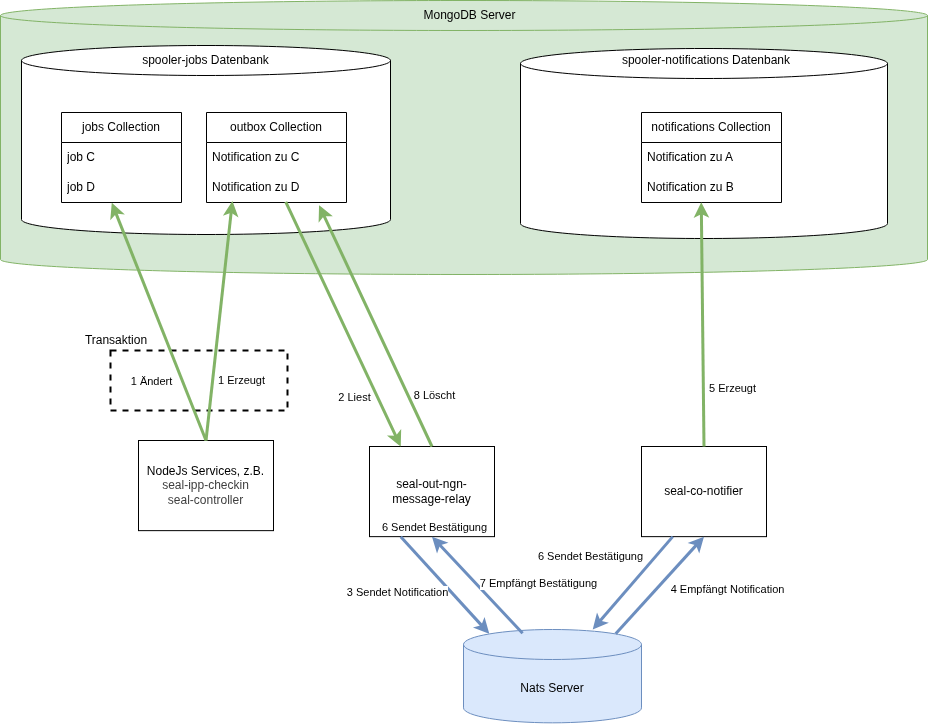
This is pictures/notifications.png from seal-mt/mongo-training, a draw.io export, as it was before one commit. Source tidied: cells renumbered, new cells last; positions are measured from the earlier drawing's top-left corner, leaving out a move shared by most shapes. Source of this version:
```xml
<mxGraphModel>
  <root>
    <mxCell id="0" />
    <mxCell id="1" parent="0" />
    <mxCell id="2" style="rounded=0;whiteSpace=wrap;html=1;fillStyle=auto;fillColor=none;strokeColor=default;dashed=1;strokeWidth=2;" parent="1" vertex="1">
      <mxGeometry x="110" y="350" width="177" height="60" as="geometry" />
    </mxCell>
    <mxCell id="3" value="&lt;div style=&quot;&quot;&gt;&lt;br&gt;&lt;/div&gt;" style="shape=cylinder3;whiteSpace=wrap;html=1;boundedLbl=1;backgroundOutline=1;size=15;align=center;fillColor=#d5e8d4;strokeColor=#82b366;" parent="1" vertex="1">
      <mxGeometry width="927" height="274" as="geometry" />
    </mxCell>
    <mxCell id="4" value="NodeJs Services&lt;span style=&quot;color: rgb(0, 0, 0);&quot;&gt;, z.B.&lt;/span&gt;&lt;div style=&quot;color: rgb(63, 63, 63); scrollbar-color: rgb(226, 226, 226) rgb(251, 251, 251);&quot;&gt;seal-ipp-checkin&lt;/div&gt;&lt;div style=&quot;color: rgb(63, 63, 63); scrollbar-color: rgb(226, 226, 226) rgb(251, 251, 251);&quot;&gt;&lt;span style=&quot;background-color: transparent; color: rgb(63, 63, 63);&quot;&gt;seal-controller&lt;/span&gt;&lt;/div&gt;" style="rounded=0;whiteSpace=wrap;html=1;" parent="1" vertex="1">
      <mxGeometry x="138" y="440" width="135" height="90.1" as="geometry" />
    </mxCell>
    <mxCell id="5" value="Nats Server" style="shape=cylinder3;whiteSpace=wrap;html=1;boundedLbl=1;backgroundOutline=1;size=15;fillColor=#dae8fc;strokeColor=#6c8ebf;" parent="1" vertex="1">
      <mxGeometry x="463" y="629" width="178" height="93.3" as="geometry" />
    </mxCell>
    <mxCell id="6" style="shape=cylinder3;whiteSpace=wrap;html=1;boundedLbl=1;backgroundOutline=1;size=15;" parent="1" vertex="1">
      <mxGeometry x="21" y="45" width="369" height="189" as="geometry" />
    </mxCell>
    <mxCell id="7" value="MongoDB Server" style="text;strokeColor=none;align=center;fillColor=none;html=1;verticalAlign=middle;whiteSpace=wrap;rounded=0;" parent="1" vertex="1">
      <mxGeometry x="405" width="129" height="30" as="geometry" />
    </mxCell>
    <mxCell id="8" value="spooler-jobs Datenbank" style="text;strokeColor=none;align=center;fillColor=none;html=1;verticalAlign=middle;whiteSpace=wrap;rounded=0;" parent="1" vertex="1">
      <mxGeometry x="125" y="45" width="161" height="30" as="geometry" />
    </mxCell>
    <mxCell id="9" style="shape=cylinder3;whiteSpace=wrap;html=1;boundedLbl=1;backgroundOutline=1;size=15;" parent="1" vertex="1">
      <mxGeometry x="520" y="48" width="367" height="190" as="geometry" />
    </mxCell>
    <mxCell id="10" value="spooler-notifications Datenbank" style="text;strokeColor=none;align=center;fillColor=none;html=1;verticalAlign=middle;whiteSpace=wrap;rounded=0;" parent="1" vertex="1">
      <mxGeometry x="618" y="45" width="175.5" height="30" as="geometry" />
    </mxCell>
    <mxCell id="11" value="notifications Collection" style="swimlane;fontStyle=0;horizontal=1;startSize=30;whiteSpace=wrap;html=1;" parent="1" vertex="1">
      <mxGeometry x="641" y="112" width="140" height="90" as="geometry" />
    </mxCell>
    <mxCell id="12" value="Notification zu A" style="text;strokeColor=none;fillColor=none;align=left;verticalAlign=middle;spacingLeft=4;spacingRight=4;overflow=hidden;whiteSpace=wrap;html=1;" parent="11" vertex="1">
      <mxGeometry y="30" width="140" height="30" as="geometry" />
    </mxCell>
    <mxCell id="13" value="&lt;span style=&quot;color: rgb(0, 0, 0);&quot;&gt;Notification zu B&lt;/span&gt;" style="text;strokeColor=none;fillColor=none;align=left;verticalAlign=middle;spacingLeft=4;spacingRight=4;overflow=hidden;points=[[0,0.5],[1,0.5]];portConstraint=eastwest;whiteSpace=wrap;html=1;" parent="11" vertex="1">
      <mxGeometry y="60" width="140" height="30" as="geometry" />
    </mxCell>
    <mxCell id="14" value="outbox Collection" style="swimlane;fontStyle=0;horizontal=1;startSize=30;whiteSpace=wrap;html=1;" parent="1" vertex="1">
      <mxGeometry x="206" y="112" width="140" height="90" as="geometry" />
    </mxCell>
    <mxCell id="15" value="Notification zu C" style="text;strokeColor=none;fillColor=none;align=left;verticalAlign=middle;spacingLeft=4;spacingRight=4;overflow=hidden;whiteSpace=wrap;html=1;" parent="14" vertex="1">
      <mxGeometry y="30" width="140" height="30" as="geometry" />
    </mxCell>
    <mxCell id="16" value="&lt;span style=&quot;color: rgb(0, 0, 0);&quot;&gt;Notification zu D&lt;/span&gt;" style="text;strokeColor=none;fillColor=none;align=left;verticalAlign=middle;spacingLeft=4;spacingRight=4;overflow=hidden;points=[[0,0.5],[1,0.5]];portConstraint=eastwest;whiteSpace=wrap;html=1;" parent="14" vertex="1">
      <mxGeometry y="60" width="140" height="30" as="geometry" />
    </mxCell>
    <mxCell id="17" value="seal-out-ngn-message-relay" style="rounded=0;whiteSpace=wrap;html=1;" parent="1" vertex="1">
      <mxGeometry x="369" y="446" width="125" height="90.1" as="geometry" />
    </mxCell>
    <mxCell id="18" value="seal-co-notifier" style="rounded=0;whiteSpace=wrap;html=1;" parent="1" vertex="1">
      <mxGeometry x="641" y="446" width="125" height="90.1" as="geometry" />
    </mxCell>
    <mxCell id="19" style="endArrow=classic;html=1;exitX=0.566;exitY=0.98;exitDx=0;exitDy=0;strokeWidth=3;fillColor=#d5e8d4;strokeColor=#82b366;exitPerimeter=0;entryX=0.25;entryY=0;entryDx=0;entryDy=0;" parent="1" edge="1" source="16" target="17">
      <mxGeometry relative="1" as="geometry" />
    </mxCell>
    <mxCell id="20" value="2 Liest" style="edgeLabel;html=1;align=center;verticalAlign=middle;" parent="19" vertex="1">
      <mxGeometry x="0.52" relative="1" as="geometry">
        <mxPoint x="-19" y="10" as="offset" />
      </mxGeometry>
    </mxCell>
    <mxCell id="21" style="endArrow=classic;html=1;exitX=0.25;exitY=1;exitDx=0;exitDy=0;strokeWidth=3;fillColor=#dae8fc;strokeColor=#6c8ebf;entryX=0.145;entryY=0;entryDx=0;entryDy=4.35;entryPerimeter=0;" parent="1" edge="1" source="17" target="5">
      <mxGeometry relative="1" as="geometry" />
    </mxCell>
    <mxCell id="22" value="3 Sendet Notification" style="edgeLabel;html=1;align=center;verticalAlign=middle;" parent="21" vertex="1">
      <mxGeometry x="0.32" y="-1" relative="1" as="geometry">
        <mxPoint x="-62" y="-10" as="offset" />
      </mxGeometry>
    </mxCell>
    <mxCell id="23" style="endArrow=classic;html=1;exitX=0.5;exitY=0;exitDx=0;exitDy=0;strokeWidth=3;fillColor=#d5e8d4;strokeColor=#82b366;entryX=0.185;entryY=0.952;entryDx=0;entryDy=0;entryPerimeter=0;" parent="1" edge="1" source="4" target="16">
      <mxGeometry relative="1" as="geometry" />
    </mxCell>
    <mxCell id="24" value="1 Erzeugt" style="edgeLabel;html=1;align=center;verticalAlign=middle;" parent="23" vertex="1">
      <mxGeometry x="-0.47" y="1" relative="1" as="geometry">
        <mxPoint x="29" y="3" as="offset" />
      </mxGeometry>
    </mxCell>
    <mxCell id="25" value="jobs Collection" style="swimlane;fontStyle=0;horizontal=1;startSize=30;whiteSpace=wrap;html=1;" parent="1" vertex="1">
      <mxGeometry x="61" y="112" width="120" height="90" as="geometry" />
    </mxCell>
    <mxCell id="26" value="job C" style="text;strokeColor=none;fillColor=none;align=left;verticalAlign=middle;spacingLeft=4;spacingRight=4;overflow=hidden;whiteSpace=wrap;html=1;" parent="25" vertex="1">
      <mxGeometry y="30" width="120" height="30" as="geometry" />
    </mxCell>
    <mxCell id="27" value="&lt;span style=&quot;color: rgb(0, 0, 0);&quot;&gt;job D&lt;/span&gt;" style="text;strokeColor=none;fillColor=none;align=left;verticalAlign=middle;spacingLeft=4;spacingRight=4;overflow=hidden;points=[[0,0.5],[1,0.5]];portConstraint=eastwest;whiteSpace=wrap;html=1;" parent="25" vertex="1">
      <mxGeometry y="60" width="120" height="30" as="geometry" />
    </mxCell>
    <mxCell id="28" style="endArrow=classic;html=1;exitX=0.5;exitY=0;exitDx=0;exitDy=0;strokeWidth=3;fillColor=#d5e8d4;strokeColor=#82b366;entryX=0.419;entryY=1.008;entryDx=0;entryDy=0;entryPerimeter=0;" parent="1" edge="1" source="4" target="27">
      <mxGeometry relative="1" as="geometry" />
    </mxCell>
    <mxCell id="29" value="1 Ändert" style="edgeLabel;html=1;align=center;verticalAlign=middle;" parent="28" vertex="1">
      <mxGeometry x="-0.47" y="1" relative="1" as="geometry">
        <mxPoint x="-29" y="3" as="offset" />
      </mxGeometry>
    </mxCell>
    <mxCell id="30" style="endArrow=classic;html=1;exitX=0.855;exitY=0;exitDx=0;exitDy=4.35;strokeWidth=3;fillColor=#dae8fc;strokeColor=#6c8ebf;entryX=0.5;entryY=1;entryDx=0;entryDy=0;exitPerimeter=0;" parent="1" edge="1" source="5" target="18">
      <mxGeometry relative="1" as="geometry" />
    </mxCell>
    <mxCell id="31" value="4 Empfängt Notification" style="edgeLabel;html=1;align=center;verticalAlign=middle;" parent="30" vertex="1">
      <mxGeometry x="0.32" y="-1" relative="1" as="geometry">
        <mxPoint x="52" y="19" as="offset" />
      </mxGeometry>
    </mxCell>
    <mxCell id="32" style="endArrow=classic;html=1;exitX=0.5;exitY=0;exitDx=0;exitDy=0;strokeWidth=3;fillColor=#d5e8d4;strokeColor=#82b366;entryX=0.427;entryY=0.992;entryDx=0;entryDy=0;entryPerimeter=0;" parent="1" edge="1" source="18" target="13">
      <mxGeometry relative="1" as="geometry" />
    </mxCell>
    <mxCell id="33" value="5 Erzeugt" style="edgeLabel;html=1;align=center;verticalAlign=middle;" parent="32" vertex="1">
      <mxGeometry x="-0.47" y="1" relative="1" as="geometry">
        <mxPoint x="30" y="6" as="offset" />
      </mxGeometry>
    </mxCell>
    <mxCell id="34" style="endArrow=classic;html=1;exitX=0.25;exitY=1;exitDx=0;exitDy=0;strokeWidth=3;fillColor=#dae8fc;strokeColor=#6c8ebf;" parent="1" edge="1" source="18" target="5">
      <mxGeometry relative="1" as="geometry" />
    </mxCell>
    <mxCell id="35" value="6 Sendet Bestätigung" style="edgeLabel;html=1;align=center;verticalAlign=middle;" parent="34" vertex="1">
      <mxGeometry x="0.32" y="-1" relative="1" as="geometry">
        <mxPoint x="-29" y="-41" as="offset" />
      </mxGeometry>
    </mxCell>
    <mxCell id="36" style="endArrow=classic;html=1;exitX=0.332;exitY=0.04;exitDx=0;exitDy=0;strokeWidth=3;fillColor=#dae8fc;strokeColor=#6c8ebf;exitPerimeter=0;entryX=0.5;entryY=1;entryDx=0;entryDy=0;" parent="1" edge="1" source="5" target="17">
      <mxGeometry relative="1" as="geometry" />
    </mxCell>
    <mxCell id="37" value="6 Sendet Bestätigung" style="edgeLabel;html=1;align=center;verticalAlign=middle;" parent="36" vertex="1">
      <mxGeometry x="0.32" y="-1" relative="1" as="geometry">
        <mxPoint x="-29" y="-41" as="offset" />
      </mxGeometry>
    </mxCell>
    <mxCell id="38" value="7 Empfängt Bestätigung" style="edgeLabel;html=1;align=center;verticalAlign=middle;" parent="36" vertex="1">
      <mxGeometry x="-0.52" y="-1" relative="1" as="geometry">
        <mxPoint x="37" y="-26" as="offset" />
      </mxGeometry>
    </mxCell>
    <mxCell id="39" style="endArrow=classic;html=1;exitX=0.5;exitY=0;exitDx=0;exitDy=0;strokeWidth=3;fillColor=#d5e8d4;strokeColor=#82b366;entryX=0.804;entryY=1.092;entryDx=0;entryDy=0;entryPerimeter=0;" parent="1" edge="1" source="17" target="16">
      <mxGeometry relative="1" as="geometry" />
    </mxCell>
    <mxCell id="40" value="8 Löscht" style="edgeLabel;html=1;align=center;verticalAlign=middle;" parent="39" vertex="1">
      <mxGeometry x="0.52" relative="1" as="geometry">
        <mxPoint x="88" y="131" as="offset" />
      </mxGeometry>
    </mxCell>
    <mxCell id="41" value="Transaktion" style="text;strokeColor=none;align=center;fillColor=none;html=1;verticalAlign=middle;whiteSpace=wrap;rounded=0;" parent="1" vertex="1">
      <mxGeometry x="71" y="325" width="90" height="30" as="geometry" />
    </mxCell>
  </root>
</mxGraphModel>
```
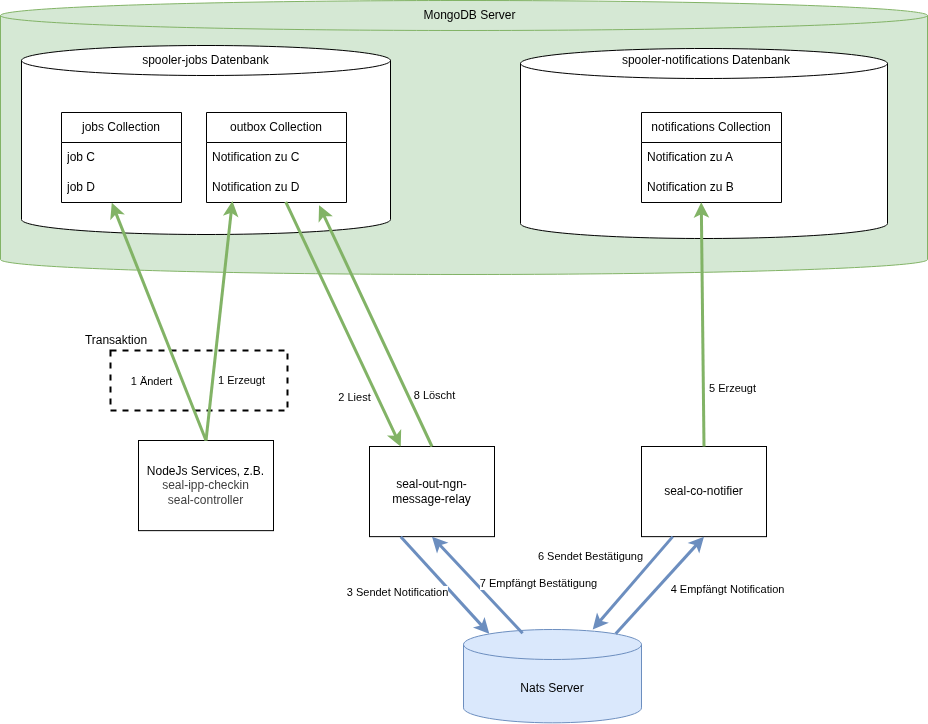
After the commit.

Diff of the diagram source:
```diff
@@ -121,11 +121,6 @@
     <mxCell id="36" style="endArrow=classic;html=1;exitX=0.332;exitY=0.04;exitDx=0;exitDy=0;strokeWidth=3;fillColor=#dae8fc;strokeColor=#6c8ebf;exitPerimeter=0;entryX=0.5;entryY=1;entryDx=0;entryDy=0;" parent="1" edge="1" source="5" target="17">
       <mxGeometry relative="1" as="geometry" />
     </mxCell>
-    <mxCell id="37" value="6 Sendet Bestätigung" style="edgeLabel;html=1;align=center;verticalAlign=middle;" parent="36" vertex="1">
-      <mxGeometry x="0.32" y="-1" relative="1" as="geometry">
-        <mxPoint x="-29" y="-41" as="offset" />
-      </mxGeometry>
-    </mxCell>
     <mxCell id="38" value="7 Empfängt Bestätigung" style="edgeLabel;html=1;align=center;verticalAlign=middle;" parent="36" vertex="1">
       <mxGeometry x="-0.52" y="-1" relative="1" as="geometry">
         <mxPoint x="37" y="-26" as="offset" />
```
